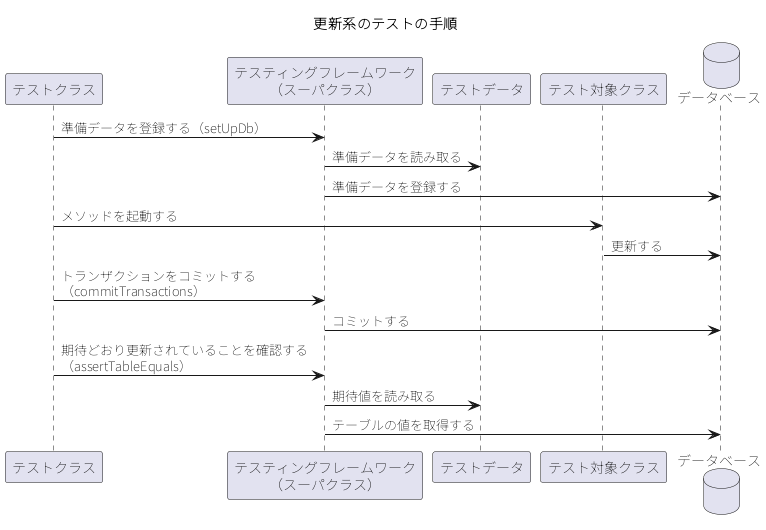
This is ja/development_tools/testing_framework/implementation/class_unit_test/images/component/update_sequence.png from nablarch/nablarch-document, a PlantUML export, as it was before one commit.
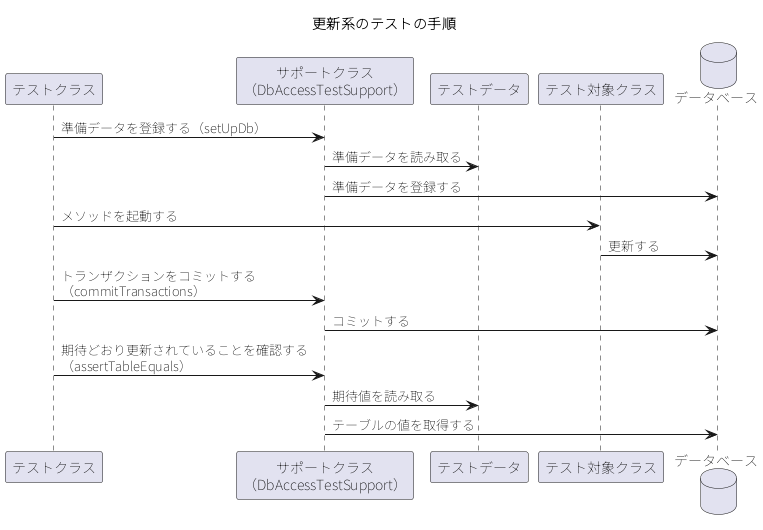
After the change.

What changed in the source:
```diff
@@ -4,18 +4,18 @@
 skinparam sequenceMessageAlign left
 title 更新系のテストの手順
 participant "テストクラス" as TC
-participant "テスティングフレームワーク\n（スーパクラス）" as FW
+participant "サポートクラス\n（DbAccessTestSupport）" as SUP
 participant "テストデータ" as TD
 participant "テスト対象クラス" as T
 database "データベース" as DB
-TC -> FW : 準備データを登録する（setUpDb）
-FW -> TD : 準備データを読み取る
-FW -> DB : 準備データを登録する
+TC -> SUP : 準備データを登録する（setUpDb）
+SUP -> TD : 準備データを読み取る
+SUP -> DB : 準備データを登録する
 TC -> T : メソッドを起動する
 T -> DB : 更新する
-TC -> FW : トランザクションをコミットする\n（commitTransactions）
-FW -> DB : コミットする
-TC -> FW : 期待どおり更新されていることを確認する\n（assertTableEquals）
-FW -> TD : 期待値を読み取る
-FW -> DB : テーブルの値を取得する
+TC -> SUP : トランザクションをコミットする\n（commitTransactions）
+SUP -> DB : コミットする
+TC -> SUP : 期待どおり更新されていることを確認する\n（assertTableEquals）
+SUP -> TD : 期待値を読み取る
+SUP -> DB : テーブルの値を取得する
 @enduml
```
